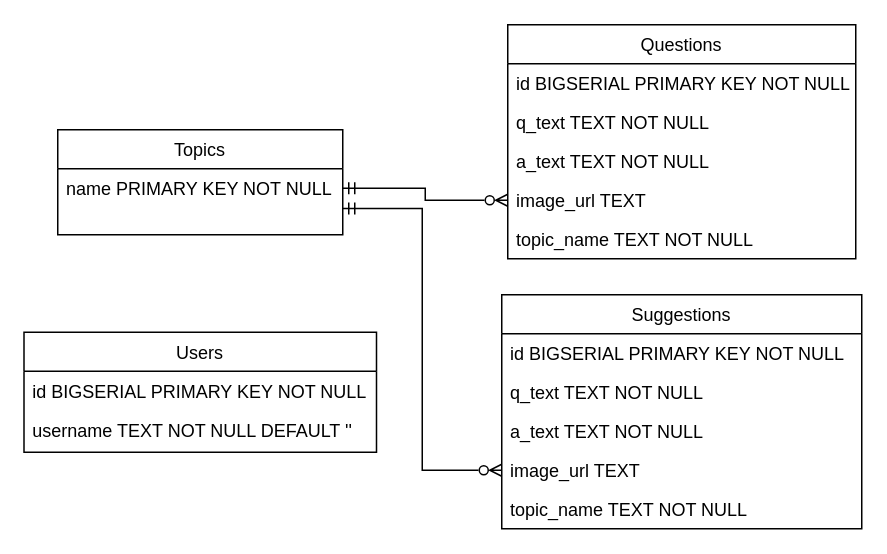
Earlier version of the draw.io diagram 4 Course/Облачные и туманные вычисления/Lab3/diagrams/database.drawio (Icerzack/ITMO). Source tidied: cells renumbered, new cells numbered last; positions are measured from the earlier drawing's top-left corner, leaving out a move shared by most shapes. Both pictures are drawn from the tidied source at 150%, with x=0, y=0 at pixel (24, 24).
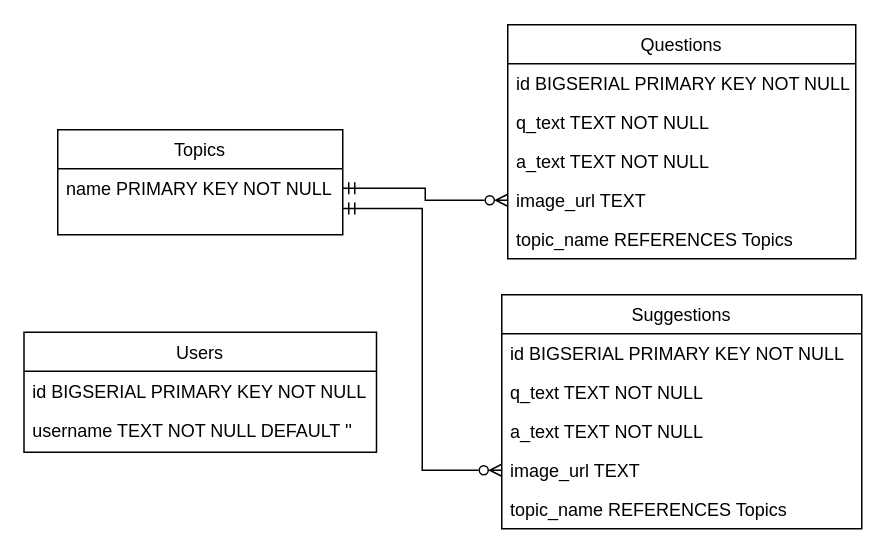
The same page after the edit.

The change refers to these unchanged cells:
```xml
<mxCell id="7" value="Suggestions" style="swimlane;fontStyle=0;align=center;verticalAlign=top;horizontal=1;startSize=26;rounded=0;shadow=0;strokeWidth=1;" parent="1" vertex="1">
  <mxGeometry x="318" y="180" width="240" height="156" as="geometry" />
</mxCell>
<mxCell id="13" value="Questions" style="swimlane;fontStyle=0;align=center;verticalAlign=top;horizontal=1;startSize=26;rounded=0;shadow=0;strokeWidth=1;" parent="1" vertex="1">
  <mxGeometry x="322" width="232" height="156" as="geometry" />
</mxCell>
```

What changed in the source:
```diff
@@
-    <mxCell id="12" value="topic_name TEXT NOT NULL" style="text;align=left;verticalAlign=top;spacingLeft=4;spacingRight=4;overflow=hidden;" parent="7" vertex="1">
+    <mxCell id="12" value="topic_name REFERENCES Topics" style="text;align=left;verticalAlign=top;spacingLeft=4;spacingRight=4;overflow=hidden;" parent="7" vertex="1">
       <mxGeometry y="130" width="240" height="26" as="geometry" />
     </mxCell>
@@
-    <mxCell id="18" value="topic_name TEXT NOT NULL" style="text;align=left;verticalAlign=top;spacingLeft=4;spacingRight=4;overflow=hidden;rounded=0;shadow=0;html=0;" parent="13" vertex="1">
+    <mxCell id="18" value="topic_name REFERENCES Topics" style="text;align=left;verticalAlign=top;spacingLeft=4;spacingRight=4;overflow=hidden;rounded=0;shadow=0;html=0;" parent="13" vertex="1">
       <mxGeometry y="130" width="232" height="26" as="geometry" />
     </mxCell>
```
